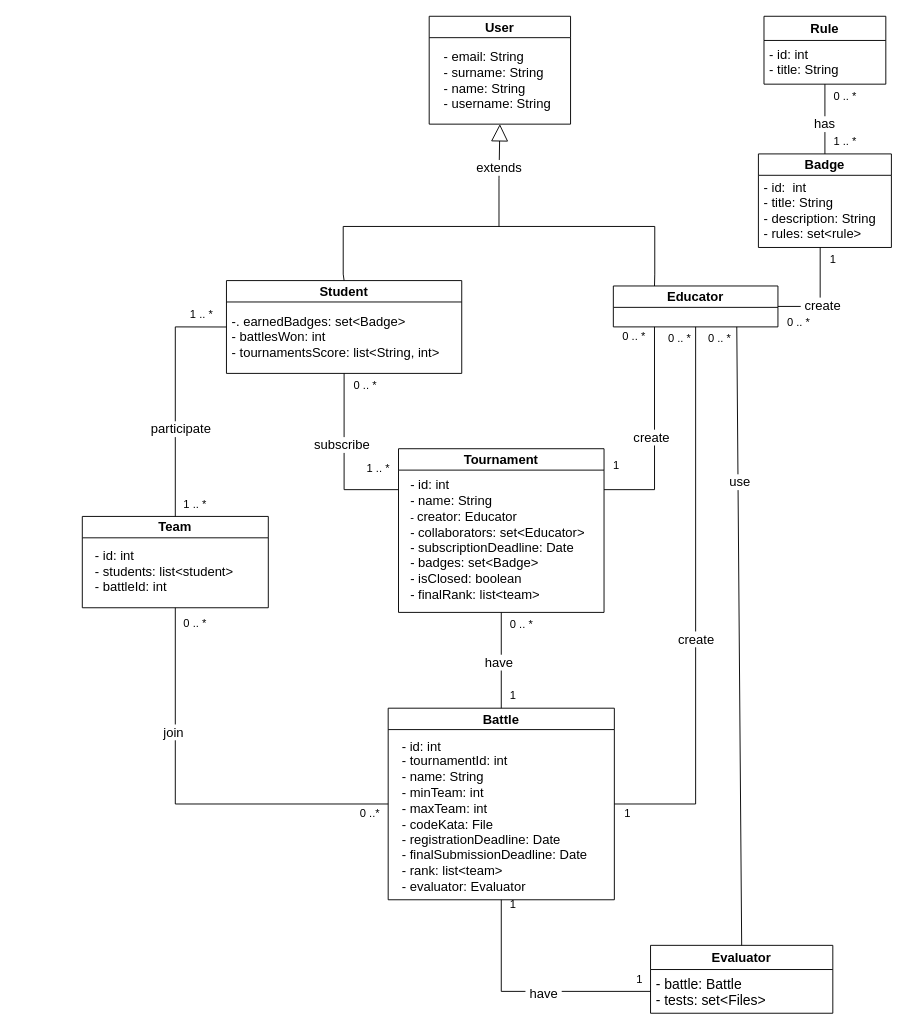
mttcrn/software-engineering-II-project keeps this draw.io diagram as diagrams/class diagram (UML)/ClassDiagram.drawio. Above is the earlier version. Source tidied: cells renumbered, new cells numbered last; positions are measured from the earlier drawing's top-left corner, leaving out a move shared by most shapes. Both pictures are drawn from the tidied source at 93%, with x=0, y=0 at pixel (82, 16).
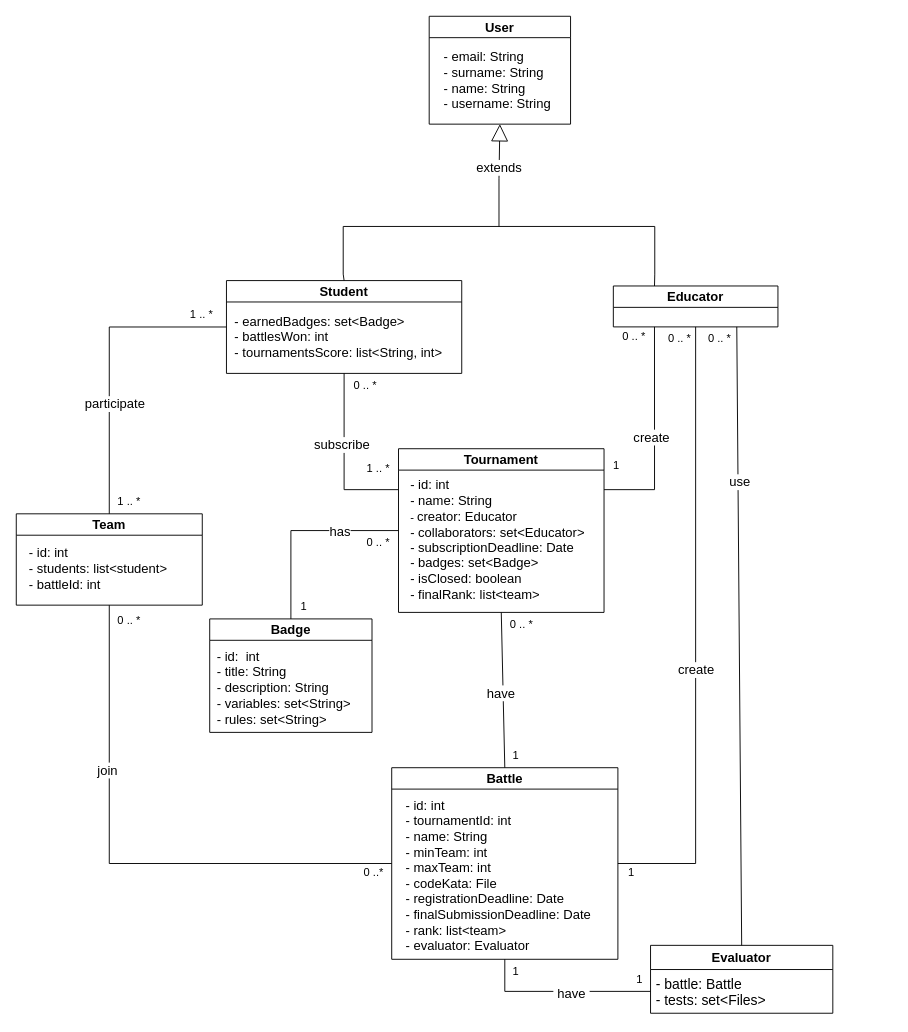
The same diagram, later.

Unchanged cells that the change refers to:
```xml
<mxCell id="4" value="&lt;font style=&quot;font-size: 14px;&quot;&gt;Student&lt;/font&gt;" style="swimlane;whiteSpace=wrap;html=1;rounded=0;labelBackgroundColor=none;" parent="1" vertex="1">
  <mxGeometry x="155" y="284.2" width="253" height="99.8" as="geometry" />
</mxCell>
<mxCell id="6" value="&lt;font style=&quot;font-size: 14px;&quot;&gt;Educator&lt;/font&gt;" style="swimlane;whiteSpace=wrap;html=1;rounded=0;labelBackgroundColor=none;" parent="1" vertex="1">
  <mxGeometry x="571" y="290" width="177" height="44" as="geometry" />
</mxCell>
<mxCell id="8" value="&lt;font style=&quot;font-size: 14px;&quot;&gt;Tournament&lt;/font&gt;" style="swimlane;whiteSpace=wrap;html=1;rounded=0;labelBackgroundColor=none;" parent="1" vertex="1">
  <mxGeometry x="340" y="465" width="221" height="176" as="geometry" />
</mxCell>
```

Diff of the diagram source:
```diff
@@
-    <mxCell id="5" value="&lt;font style=&quot;font-size: 14px;&quot;&gt;-. earnedBadges: set&amp;lt;Badge&amp;gt;&lt;br&gt;- battlesWon: int&lt;br&gt;- tournamentsScore: list&amp;lt;String, int&amp;gt;&lt;br&gt;&lt;/font&gt;" style="text;html=1;align=left;verticalAlign=middle;strokeColor=none;fillColor=none;rounded=0;labelBackgroundColor=none;" parent="4" vertex="1">
-      <mxGeometry x="4" y="29.5" width="241" height="62" as="geometry" />
+    <mxCell id="5" value="&lt;font style=&quot;font-size: 14px;&quot;&gt;- earnedBadges: set&amp;lt;Badge&amp;gt;&lt;br&gt;- battlesWon: int&lt;br&gt;- tournamentsScore: list&amp;lt;String, int&amp;gt;&lt;br&gt;&lt;/font&gt;" style="text;html=1;align=left;verticalAlign=middle;strokeColor=none;fillColor=none;rounded=0;labelBackgroundColor=none;" parent="4" vertex="1">
+      <mxGeometry x="7" y="29.5" width="241" height="62" as="geometry" />
     </mxCell>
@@
+    <mxCell id="63" style="edgeStyle=orthogonalEdgeStyle;rounded=0;jettySize=auto;html=1;exitX=0;exitY=0.5;exitDx=0;exitDy=0;endArrow=none;endFill=0;" parent="1" edge="1" source="8" target="32">
+      <mxGeometry relative="1" as="geometry" />
+    </mxCell>
+    <mxCell id="29" value="&lt;font style=&quot;font-size: 14px;&quot;&gt;has&lt;/font&gt;" style="edgeLabel;html=1;align=center;verticalAlign=middle;" parent="63" vertex="1">
+      <mxGeometry x="-0.41" y="-3" relative="1" as="geometry">
+        <mxPoint x="-2" y="3" as="offset" />
+      </mxGeometry>
+    </mxCell>
@@
     <mxCell id="16" value="&lt;font style=&quot;font-size: 14px;&quot;&gt;Battle&lt;/font&gt;" style="swimlane;whiteSpace=wrap;html=1;rounded=0;labelBackgroundColor=none;" parent="1" vertex="1">
-      <mxGeometry x="328.9" y="744" width="243.2" height="206" as="geometry" />
+      <mxGeometry x="332.7" y="808" width="243.2" height="206" as="geometry" />
     </mxCell>
@@
     <mxCell id="21" value="1" style="text;html=1;align=center;verticalAlign=middle;strokeColor=none;fillColor=none;rounded=0;labelBackgroundColor=none;" parent="1" vertex="1">
-      <mxGeometry x="450" y="718" width="25" height="26" as="geometry" />
+      <mxGeometry x="453.8" y="782" width="25" height="26" as="geometry" />
     </mxCell>
     <mxCell id="22" value="&lt;font style=&quot;font-size: 14px;&quot;&gt;Team&lt;/font&gt;" style="swimlane;whiteSpace=wrap;html=1;startSize=23;rounded=0;labelBackgroundColor=none;" parent="1" vertex="1">
-      <mxGeometry y="537.8" width="200" height="98.2" as="geometry" />
+      <mxGeometry x="-71" y="535" width="200" height="98.2" as="geometry" />
     </mxCell>
@@
-    <mxCell id="24" style="endArrow=none;html=1;rounded=0;entryX=0;entryY=0.5;entryDx=0;entryDy=0;exitX=0.5;exitY=0;exitDx=0;exitDy=0;labelBackgroundColor=none;fontColor=default;" parent="1" edge="1" source="22" target="4">
-      <mxGeometry relative="1" as="geometry">
-        <Array as="points">
-          <mxPoint x="100" y="334" />
-        </Array>
-      </mxGeometry>
+    <mxCell id="24" style="endArrow=none;html=1;rounded=0;entryX=0;entryY=0.5;entryDx=0;entryDy=0;exitX=0.5;exitY=0;exitDx=0;exitDy=0;labelBackgroundColor=none;fontColor=default;edgeStyle=orthogonalEdgeStyle;" parent="1" edge="1" source="22" target="4">
+      <mxGeometry relative="1" as="geometry" />
     </mxCell>
@@
     <mxCell id="27" value="0 ..*" style="text;html=1;align=center;verticalAlign=middle;strokeColor=none;fillColor=none;rounded=0;labelBackgroundColor=none;" parent="1" vertex="1">
-      <mxGeometry x="289.9" y="844" width="39" height="26" as="geometry" />
+      <mxGeometry x="293.7" y="908" width="39" height="26" as="geometry" />
     </mxCell>
-    <mxCell id="28" style="rounded=0;jettySize=auto;html=1;exitX=0.5;exitY=0;exitDx=0;exitDy=0;endArrow=none;endFill=0;labelBackgroundColor=none;fontColor=default;" parent="1" edge="1" source="32" target="52">
-      <mxGeometry relative="1" as="geometry" />
-    </mxCell>
-    <mxCell id="29" value="has" style="edgeLabel;html=1;align=center;verticalAlign=middle;fontSize=14;" parent="28" vertex="1">
-      <mxGeometry x="-0.12" y="1" relative="1" as="geometry" />
-    </mxCell>
-    <mxCell id="30" style="rounded=0;jettySize=auto;html=1;endArrow=none;endFill=0;exitX=0.449;exitY=0.997;exitDx=0;exitDy=0;exitPerimeter=0;entryX=1;entryY=0.5;entryDx=0;entryDy=0;edgeStyle=orthogonalEdgeStyle;" parent="1" edge="1" source="33" target="6">
-      <mxGeometry relative="1" as="geometry" />
-    </mxCell>
-    <mxCell id="31" value="&amp;nbsp;create&amp;nbsp;" style="edgeLabel;html=1;align=center;verticalAlign=middle;fontSize=14;" parent="30" vertex="1">
-      <mxGeometry x="0.14" y="2" relative="1" as="geometry" />
-    </mxCell>
     <mxCell id="32" value="&lt;font style=&quot;font-size: 14px;&quot;&gt;Badge&lt;/font&gt;" style="swimlane;whiteSpace=wrap;html=1;rounded=0;labelBackgroundColor=none;" parent="1" vertex="1">
-      <mxGeometry x="727" y="148" width="143" height="100.6" as="geometry" />
+      <mxGeometry x="137" y="648" width="174.5" height="122" as="geometry" />
     </mxCell>
-    <mxCell id="33" value="&lt;font style=&quot;font-size: 14px;&quot;&gt;- id:&amp;nbsp; int&lt;br&gt;- title: String&lt;br&gt;- description: String&lt;br&gt;- rules: set&amp;lt;rule&amp;gt;&lt;br&gt;&lt;/font&gt;" style="text;html=1;align=left;verticalAlign=middle;points=[];strokeColor=none;fillColor=none;rounded=0;labelBackgroundColor=none;" parent="32" vertex="1">
-      <mxGeometry x="4" y="21.6" width="139" height="79" as="geometry" />
+    <mxCell id="33" value="&lt;font style=&quot;font-size: 14px;&quot;&gt;- id:&amp;nbsp; int&lt;br&gt;- title: String&lt;br&gt;- description: String&lt;br&gt;- variables: set&amp;lt;String&amp;gt;&lt;br&gt;- rules: set&amp;lt;String&amp;gt;&lt;br&gt;&lt;/font&gt;" style="text;html=1;align=left;verticalAlign=middle;points=[];strokeColor=none;fillColor=none;rounded=0;labelBackgroundColor=none;" parent="32" vertex="1">
+      <mxGeometry x="6.2" y="26" width="162" height="96" as="geometry" />
     </mxCell>
@@
     <mxCell id="36" value="1 .. *" style="text;html=1;align=center;verticalAlign=middle;strokeColor=none;fillColor=none;rounded=0;labelBackgroundColor=none;" parent="1" vertex="1">
-      <mxGeometry x="99" y="511.8" width="43" height="26" as="geometry" />
+      <mxGeometry x="28" y="509" width="43" height="26" as="geometry" />
     </mxCell>
@@
     <mxCell id="43" value="0 .. *" style="text;html=1;align=center;verticalAlign=middle;strokeColor=none;fillColor=none;rounded=0;labelBackgroundColor=none;" parent="1" vertex="1">
-      <mxGeometry x="748" y="317" width="43" height="26" as="geometry" />
+      <mxGeometry x="296" y="553" width="43" height="26" as="geometry" />
     </mxCell>
     <mxCell id="44" value="1" style="text;html=1;align=center;verticalAlign=middle;strokeColor=none;fillColor=none;rounded=0;labelBackgroundColor=none;" parent="1" vertex="1">
-      <mxGeometry x="794" y="248.6" width="25" height="26" as="geometry" />
+      <mxGeometry x="225" y="622" width="25" height="26" as="geometry" />
     </mxCell>
@@
     <mxCell id="46" value="0 .. *" style="text;html=1;align=center;verticalAlign=middle;strokeColor=none;fillColor=none;rounded=0;labelBackgroundColor=none;" parent="1" vertex="1">
-      <mxGeometry x="99" y="640" width="43" height="26" as="geometry" />
+      <mxGeometry x="28" y="637.2" width="43" height="26" as="geometry" />
     </mxCell>
@@
-    <mxCell id="51" value="&lt;font style=&quot;font-size: 14px;&quot;&gt;&lt;b&gt;Rule&lt;/b&gt;&lt;/font&gt;" style="swimlane;fontStyle=0;horizontal=1;startSize=26;fillColor=none;whiteSpace=wrap;html=1;rounded=0;labelBackgroundColor=none;" parent="1" vertex="1">
-      <mxGeometry x="733" width="131" height="73" as="geometry" />
-    </mxCell>
-    <mxCell id="52" value="&lt;font style=&quot;font-size: 14px;&quot;&gt;- id: int&lt;br&gt;- title: String&lt;/font&gt;" style="text;strokeColor=none;fillColor=none;align=left;verticalAlign=top;spacingLeft=4;spacingRight=4;overflow=hidden;points=[[0,0.5],[1,0.5]];portConstraint=eastwest;whiteSpace=wrap;html=1;rounded=0;labelBackgroundColor=none;" parent="51" vertex="1">
-      <mxGeometry y="26" width="131" height="47" as="geometry" />
-    </mxCell>
-    <mxCell id="53" value="0 .. *" style="text;html=1;align=center;verticalAlign=middle;strokeColor=none;fillColor=none;rounded=0;labelBackgroundColor=none;" parent="1" vertex="1">
-      <mxGeometry x="798" y="73" width="43" height="26" as="geometry" />
-    </mxCell>
-    <mxCell id="54" value="1 .. *" style="text;html=1;align=center;verticalAlign=middle;strokeColor=none;fillColor=none;rounded=0;labelBackgroundColor=none;" parent="1" vertex="1">
-      <mxGeometry x="798" y="122" width="43" height="26" as="geometry" />
-    </mxCell>
@@
     <mxCell id="58" value="1" style="text;html=1;align=center;verticalAlign=middle;strokeColor=none;fillColor=none;rounded=0;labelBackgroundColor=none;" parent="1" vertex="1">
-      <mxGeometry x="450" y="942.2" width="25" height="26" as="geometry" />
+      <mxGeometry x="453.8" y="1014" width="25" height="26" as="geometry" />
     </mxCell>
@@
     <mxCell id="62" value="1" style="text;html=1;align=center;verticalAlign=middle;strokeColor=none;fillColor=none;rounded=0;labelBackgroundColor=none;" parent="1" vertex="1">
-      <mxGeometry x="573.5" y="844" width="25" height="26" as="geometry" />
+      <mxGeometry x="577.3" y="908" width="25" height="26" as="geometry" />
     </mxCell>
```
